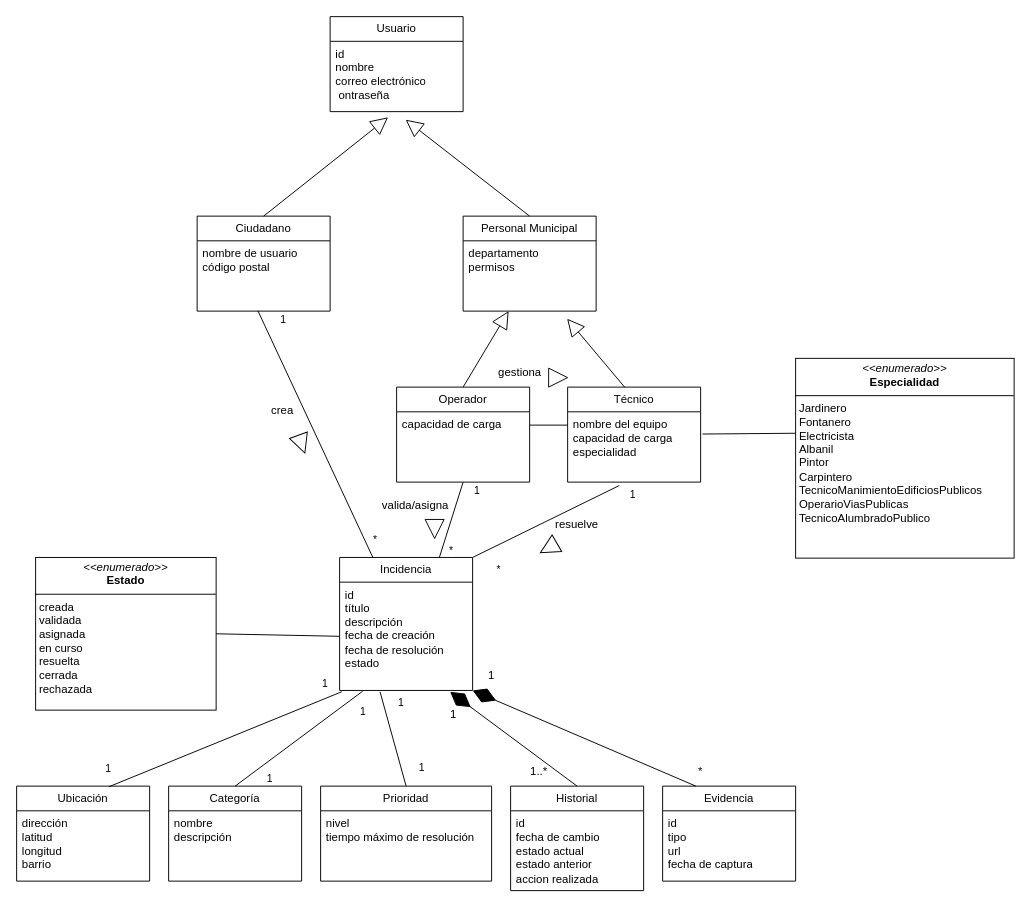
This is Diagrams/Diagrama_Modelo_de_datosv2.drawio from javimoralesg/UrbanDesk, a draw.io file, before an edit. Source tidied: cells renumbered, new cells numbered last; positions are measured from the earlier drawing's top-left corner, leaving out a move shared by most shapes. Both pictures are drawn from the tidied source at 95%, with x=0, y=0 at pixel (16, 16).
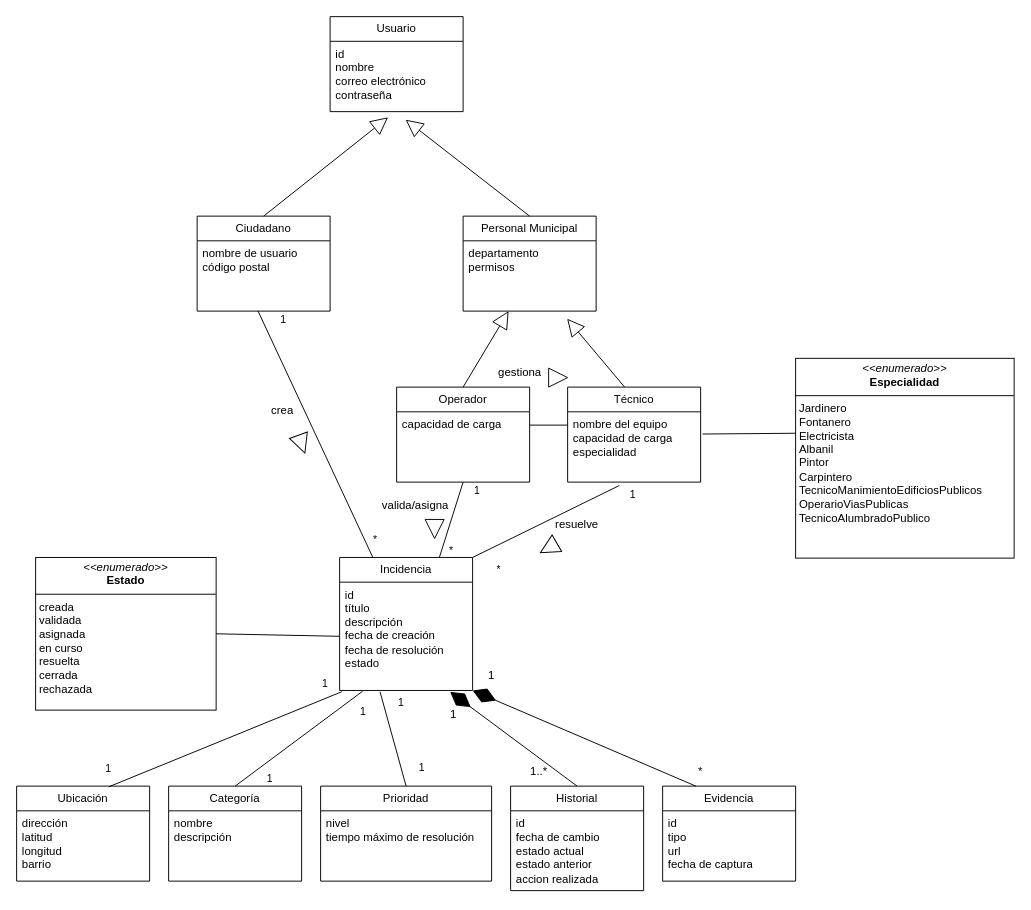
The same page after the edit.

Commit message:
nueva version del dominio de datos

Unchanged cells that the change refers to:
```xml
<mxCell id="2" value="Usuario" style="swimlane;fontStyle=0;horizontal=1;startSize=26;fillColor=none;whiteSpace=wrap;html=1;" parent="1" vertex="1">
  <mxGeometry x="330" width="140" height="100" as="geometry" />
</mxCell>
```

Diff of the diagram source:
```diff
@@
-    <mxCell id="3" value="id&lt;div&gt;nombre&lt;/div&gt;&lt;div&gt;correo electrónico&lt;/div&gt;&lt;div&gt;&amp;nbsp;ontraseña&lt;/div&gt;" style="text;strokeColor=none;fillColor=none;align=left;verticalAlign=top;spacingLeft=4;spacingRight=4;overflow=hidden;points=[[0,0.5],[1,0.5]];portConstraint=eastwest;whiteSpace=wrap;html=1;" parent="2" vertex="1">
+    <mxCell id="3" value="id&lt;div&gt;nombre&lt;/div&gt;&lt;div&gt;correo electrónico&lt;/div&gt;&lt;div&gt;contraseña&lt;/div&gt;" style="text;strokeColor=none;fillColor=none;align=left;verticalAlign=top;spacingLeft=4;spacingRight=4;overflow=hidden;points=[[0,0.5],[1,0.5]];portConstraint=eastwest;whiteSpace=wrap;html=1;" parent="2" vertex="1">
       <mxGeometry y="26" width="140" height="74" as="geometry" />
     </mxCell>
```
